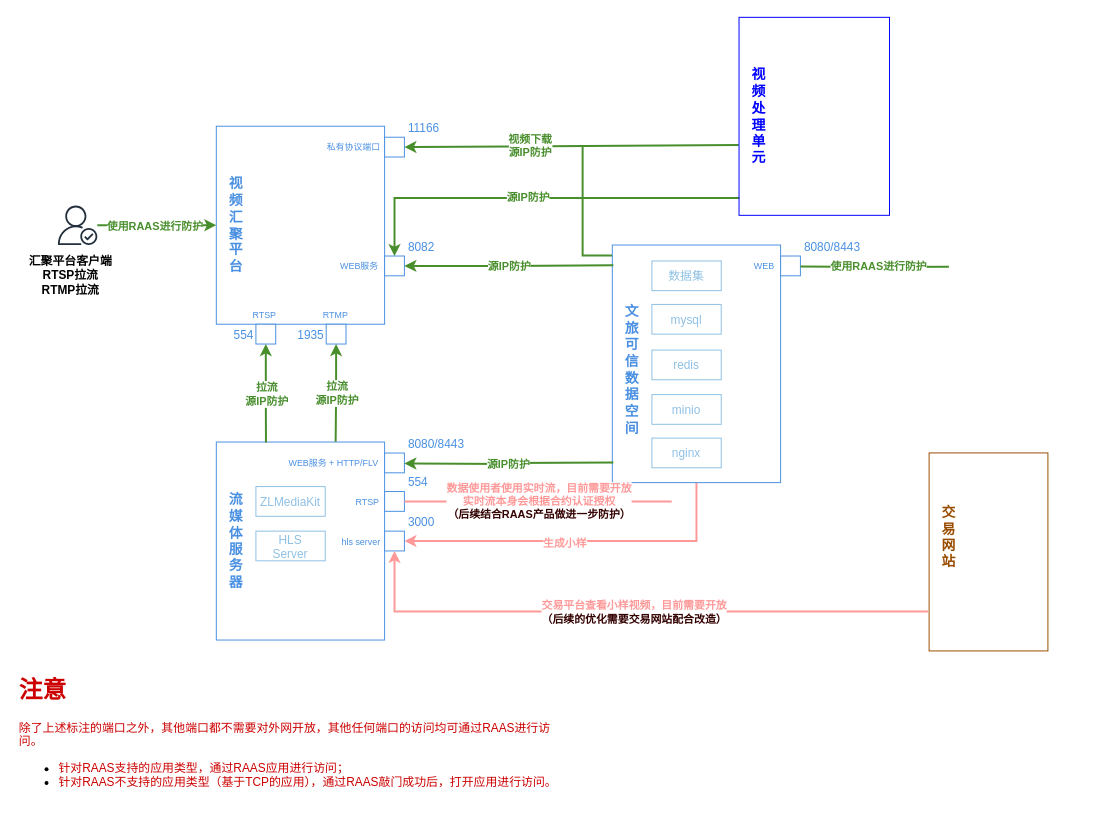
wenhulove333/opendhp keeps this draw.io diagram as page "新版文旅可信数据空间部署拓扑" (3 of 4) of dhp/culture.and.tourism.drawio. Above is the earlier version. Source tidied: cells renumbered, new cells numbered last; positions are measured from the earlier drawing's top-left corner, leaving out a move shared by most shapes. Both pictures are drawn from the tidied source at 99%, with x=0, y=0 at pixel (17, 17).
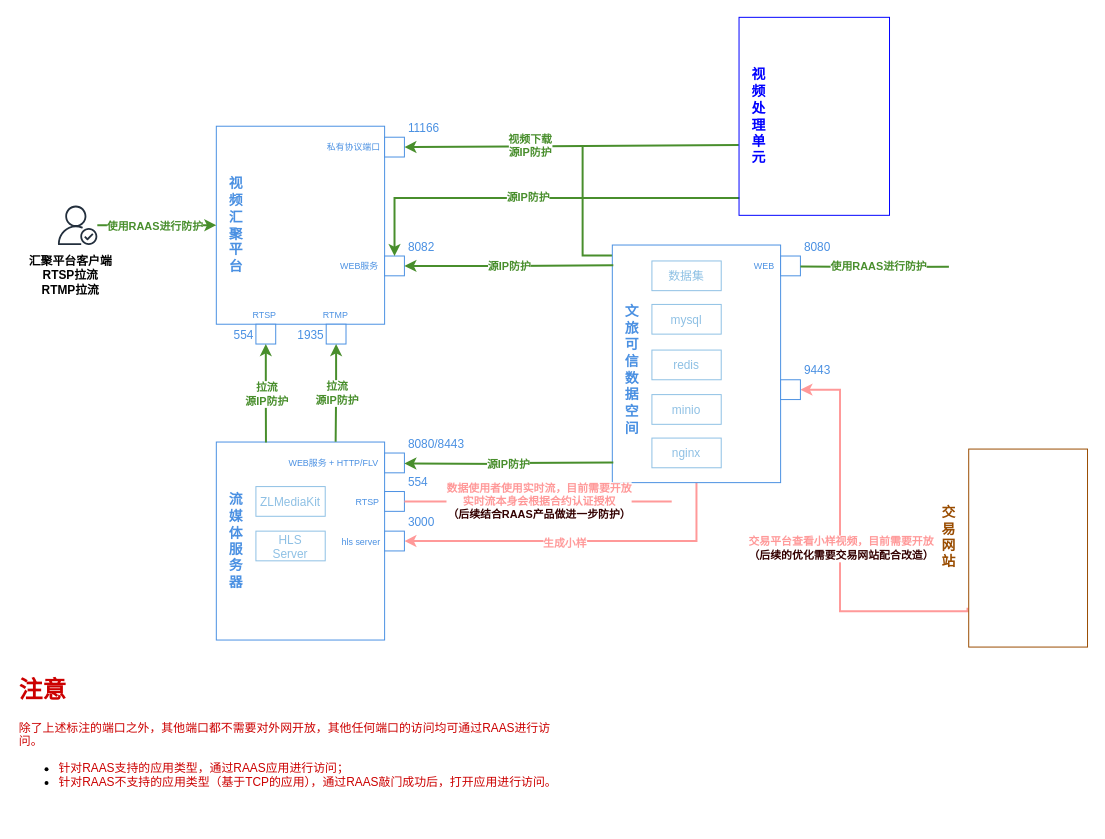
Above is the later version.

The change refers to these unchanged cells:
```xml
<mxCell id="25" value="3000" style="fontStyle=0;labelPosition=right;verticalLabelPosition=top;align=left;verticalAlign=bottom;spacingLeft=2;strokeColor=#4A90E2;fontColor=#4A90E2;" parent="1" vertex="1">
  <mxGeometry x="371" y="519" width="20" height="20" as="geometry" />
</mxCell>
```

The edit, as a diff of the source:
```diff
@@
-    <mxCell id="23" value="8080/8443" style="fontStyle=0;labelPosition=right;verticalLabelPosition=top;align=left;verticalAlign=bottom;spacingLeft=2;strokeColor=#4A90E2;fontColor=#4A90E2;" parent="1" vertex="1">
+    <mxCell id="23" value="8080" style="fontStyle=0;labelPosition=right;verticalLabelPosition=top;align=left;verticalAlign=bottom;spacingLeft=2;strokeColor=#4A90E2;fontColor=#4A90E2;" parent="1" vertex="1">
       <mxGeometry x="771" y="241.1" width="20" height="20" as="geometry" />
     </mxCell>
@@
-    <mxCell id="55" style="edgeStyle=orthogonalEdgeStyle;rounded=0;jettySize=auto;html=1;exitX=-0.01;exitY=0.801;exitDx=0;exitDy=0;entryX=0.5;entryY=1;entryDx=0;entryDy=0;strokeColor=#FF9999;strokeWidth=2;exitPerimeter=0;" parent="1" edge="1" source="57" target="25">
+    <mxCell id="55" style="edgeStyle=orthogonalEdgeStyle;rounded=0;jettySize=auto;html=1;exitX=-0.01;exitY=0.801;exitDx=0;exitDy=0;entryX=1;entryY=0.5;entryDx=0;entryDy=0;strokeColor=#FF9999;strokeWidth=2;exitPerimeter=0;" parent="1" edge="1" source="57" target="82">
       <mxGeometry relative="1" as="geometry">
         <Array as="points">
-          <mxPoint x="381" y="600" />
+          <mxPoint x="831" y="600" />
+          <mxPoint x="831" y="376" />
         </Array>
       </mxGeometry>
     </mxCell>
@@
     <mxCell id="57" style="rounded=0;whiteSpace=wrap;html=1;fillColor=none;strokeColor=#994C00;" parent="1" vertex="1">
-      <mxGeometry x="921" y="440" width="120" height="200" as="geometry" />
+      <mxGeometry x="961" y="436.1" width="120" height="200" as="geometry" />
     </mxCell>
@@
+    <mxCell id="82" value="9443" style="fontStyle=0;labelPosition=right;verticalLabelPosition=top;align=left;verticalAlign=bottom;spacingLeft=2;strokeColor=#4A90E2;fontColor=#4A90E2;" parent="1" vertex="1">
+      <mxGeometry x="771" y="366.1" width="20" height="20" as="geometry" />
+    </mxCell>
```
